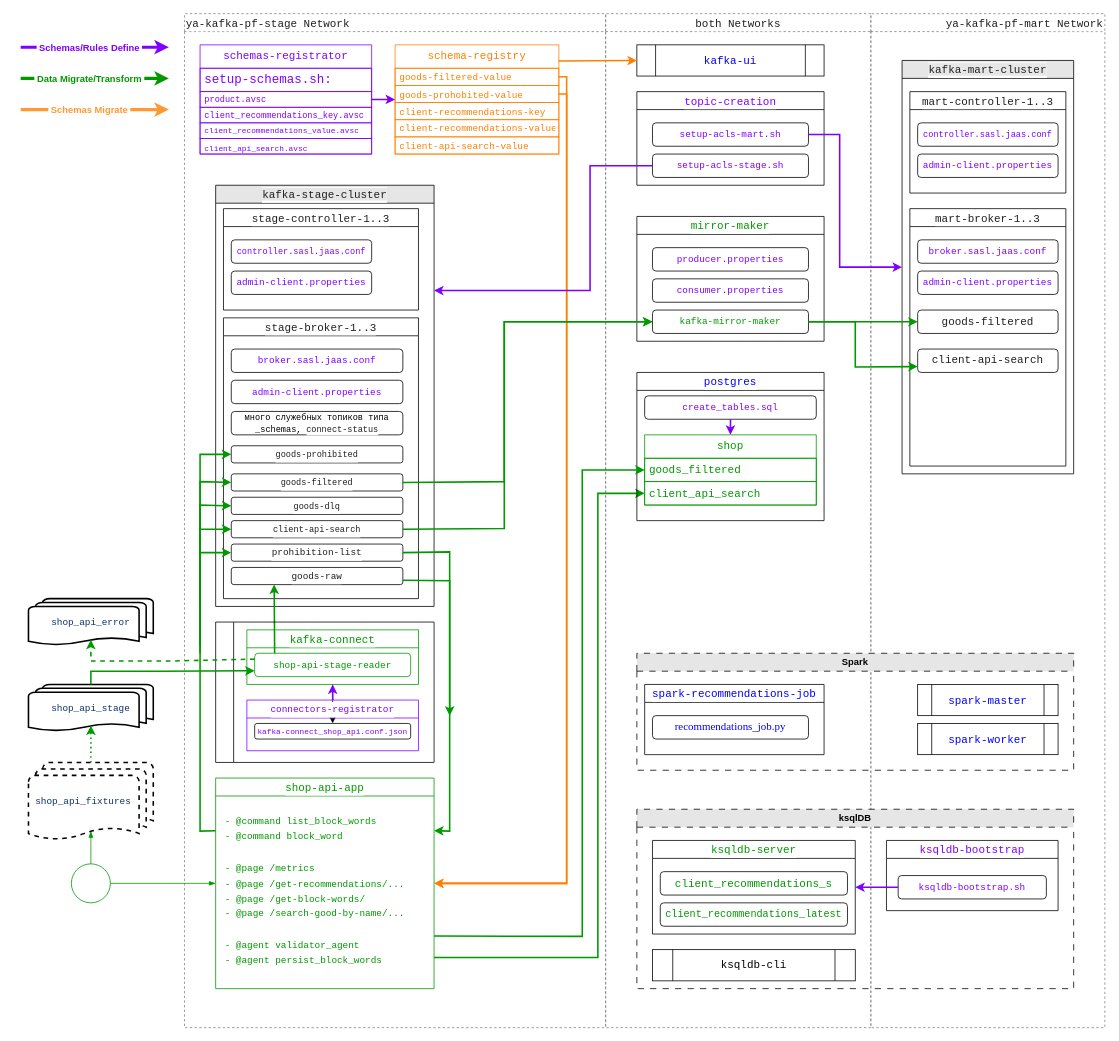
Before: ya_kafka_project_final.drawio in sergei-baranov/ya_kafka_project_final, a draw.io diagram. Source tidied: cells renumbered, new cells numbered last; positions are measured from the earlier drawing's top-left corner, leaving out a move shared by most shapes. Both pictures are drawn from the tidied source at 78%, with x=0, y=0 at pixel (20, 13).
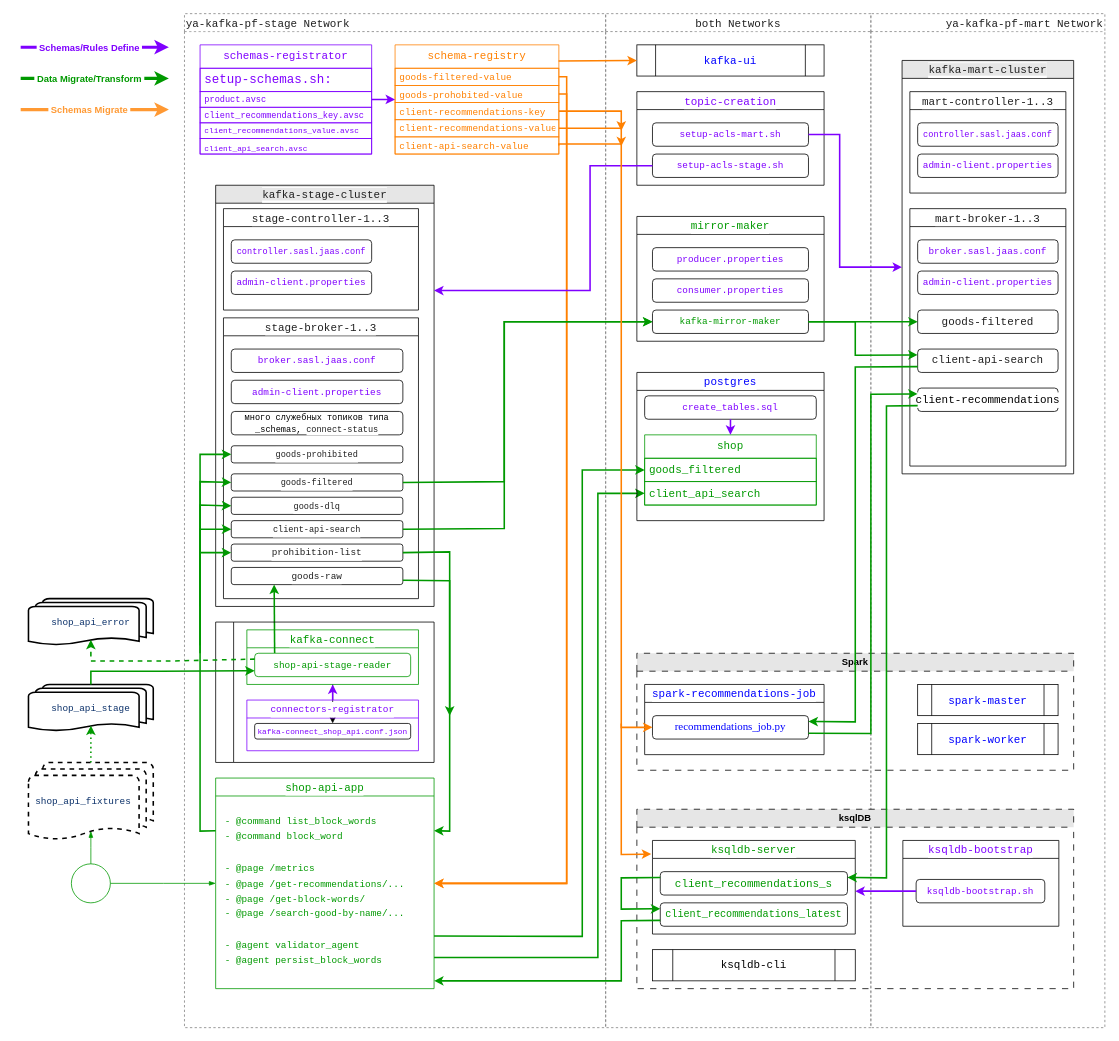
The same page after the edit.

The change refers to these unchanged cells:
```xml
<mxCell id="2" value="&lt;div style=&quot;color: rgb(32, 32, 32); background-color: rgb(255, 255, 255); font-weight: normal; font-size: 14px; line-height: 19px; white-space: pre;&quot;&gt;&lt;font face=&quot;Courier New&quot;&gt;ya-kafka-pf-stage Network&lt;/font&gt;&lt;/div&gt;" style="swimlane;whiteSpace=wrap;html=1;fillColor=none;dashed=1;align=left;strokeColor=#808080;" parent="1" vertex="1">
  <mxGeometry x="210" width="540" height="1300" as="geometry" />
</mxCell>
<mxCell id="24" value="&lt;div style=&quot;background-color: rgb(255, 255, 255); line-height: 19px; white-space: pre;&quot;&gt;&lt;font style=&quot;color: rgb(255, 128, 0);&quot; face=&quot;Courier New&quot;&gt;client-recommendations-key&lt;/font&gt;&lt;/div&gt;" style="text;strokeColor=#FF8000;fillColor=none;align=left;verticalAlign=middle;spacingLeft=4;spacingRight=4;overflow=hidden;points=[[0,0.5],[1,0.5]];portConstraint=eastwest;whiteSpace=wrap;html=1;" parent="21" vertex="1">
  <mxGeometry y="74" width="210" height="22" as="geometry" />
</mxCell>
<mxCell id="25" value="&lt;span style=&quot;font-family: &amp;quot;Courier New&amp;quot;; white-space: pre; background-color: rgb(255, 255, 255);&quot;&gt;&lt;font style=&quot;color: rgb(255, 128, 0);&quot;&gt;client-recommendations-value&lt;/font&gt;&lt;/span&gt;" style="text;strokeColor=#FF8000;fillColor=none;align=left;verticalAlign=middle;spacingLeft=4;spacingRight=4;overflow=hidden;points=[[0,0.5],[1,0.5]];portConstraint=eastwest;whiteSpace=wrap;html=1;" parent="21" vertex="1">
  <mxGeometry y="96" width="210" height="22" as="geometry" />
</mxCell>
<mxCell id="26" value="&lt;div style=&quot;background-color: rgb(255, 255, 255); line-height: 19px; white-space: pre;&quot;&gt;&lt;span&gt;&lt;font face=&quot;Courier New&quot; style=&quot;color: rgb(255, 128, 0);&quot;&gt;client-api-search-value&lt;/font&gt;&lt;/span&gt;&lt;/div&gt;" style="text;strokeColor=#FF8000;fillColor=none;align=left;verticalAlign=middle;spacingLeft=4;spacingRight=4;overflow=hidden;points=[[0,0.5],[1,0.5]];portConstraint=eastwest;whiteSpace=wrap;html=1;" parent="21" vertex="1">
  <mxGeometry y="118" width="210" height="22" as="geometry" />
</mxCell>
<mxCell id="67" value="&lt;div style=&quot;background-color: rgb(255, 255, 255); line-height: 19px; white-space: pre;&quot;&gt;&lt;span&gt;&lt;font face=&quot;Courier New&quot; style=&quot;color: rgb(0, 153, 0);&quot;&gt;kafka-mirror-maker&lt;/font&gt;&lt;/span&gt;&lt;/div&gt;" style="rounded=1;whiteSpace=wrap;html=1;" parent="64" vertex="1">
  <mxGeometry x="20" y="120" width="200" height="30" as="geometry" />
</mxCell>
<mxCell id="68" value="&lt;div style=&quot;color: rgb(32, 32, 32); background-color: rgb(255, 255, 255); font-weight: normal; font-size: 14px; line-height: 19px; white-space: pre;&quot;&gt;&lt;font face=&quot;Courier New&quot;&gt;ya-kafka-pf-mart Network&lt;/font&gt;&lt;/div&gt;" style="swimlane;whiteSpace=wrap;html=1;fillColor=none;dashed=1;align=right;strokeColor=#808080;" parent="1" vertex="1">
  <mxGeometry x="1090" width="300" height="1300" as="geometry" />
</mxCell>
<mxCell id="70" value="&lt;div style=&quot;color: rgb(32, 32, 32); background-color: rgb(255, 255, 255); font-weight: normal; font-size: 14px; line-height: 19px; white-space: pre;&quot;&gt;&lt;font face=&quot;Courier New&quot;&gt;mart-broker-1..3&lt;/font&gt;&lt;/div&gt;" style="swimlane;whiteSpace=wrap;html=1;fillColor=none;" parent="69" vertex="1">
  <mxGeometry x="10" y="190" width="200" height="330" as="geometry" />
</mxCell>
<mxCell id="72" value="&lt;div style=&quot;color: rgb(32, 32, 32); background-color: rgb(255, 255, 255); line-height: 19px; white-space: pre;&quot;&gt;&lt;div style=&quot;line-height: 19px;&quot;&gt;&lt;font face=&quot;Courier New&quot; style=&quot;font-size: 14px;&quot;&gt;client-api-search&lt;/font&gt;&lt;/div&gt;&lt;/div&gt;" style="rounded=1;whiteSpace=wrap;html=1;" parent="70" vertex="1">
  <mxGeometry x="10" y="180" width="180" height="30" as="geometry" />
</mxCell>
<mxCell id="78" value="ksqlDB" style="swimlane;whiteSpace=wrap;html=1;fillColor=#E6E6E6;dashed=1;dashPattern=8 8;fillStyle=solid;" parent="68" vertex="1">
  <mxGeometry x="-300" y="1020" width="560" height="230" as="geometry" />
</mxCell>
<mxCell id="82" value="&lt;div style=&quot;background-color: rgb(255, 255, 255); font-weight: normal; font-size: 14px; line-height: 19px; white-space: pre;&quot;&gt;&lt;div style=&quot;line-height: 19px;&quot;&gt;&lt;div style=&quot;line-height: 19px;&quot;&gt;&lt;span&gt;&lt;font style=&quot;color: rgb(0, 153, 0);&quot; face=&quot;Courier New&quot;&gt;ksqldb-server&lt;/font&gt;&lt;/span&gt;&lt;/div&gt;&lt;/div&gt;&lt;/div&gt;" style="swimlane;whiteSpace=wrap;html=1;fillColor=none;" parent="78" vertex="1">
  <mxGeometry x="20" y="40" width="260" height="120" as="geometry" />
</mxCell>
<mxCell id="83" value="&lt;div style=&quot;background-color: rgb(255, 255, 255); font-size: 14px; line-height: 19px; white-space: pre;&quot;&gt;&lt;span&gt;&lt;font face=&quot;Courier New&quot; style=&quot;color: rgb(0, 153, 0);&quot;&gt;client_recommendations_s&lt;/font&gt;&lt;/span&gt;&lt;/div&gt;" style="rounded=1;whiteSpace=wrap;html=1;" parent="82" vertex="1">
  <mxGeometry x="10" y="40" width="240" height="30" as="geometry" />
</mxCell>
<mxCell id="84" value="&lt;div style=&quot;background-color: rgb(255, 255, 255); line-height: 19px; white-space: pre;&quot;&gt;&lt;div style=&quot;line-height: 19px;&quot;&gt;&lt;span&gt;&lt;font face=&quot;Courier New&quot; style=&quot;font-size: 13px; color: rgb(0, 153, 0);&quot;&gt;client_recommendations_latest&lt;/font&gt;&lt;/span&gt;&lt;/div&gt;&lt;/div&gt;" style="rounded=1;whiteSpace=wrap;html=1;" parent="82" vertex="1">
  <mxGeometry x="10" y="80" width="240" height="30" as="geometry" />
</mxCell>
<mxCell id="90" value="&lt;font style=&quot;color: rgb(0, 0, 255); font-size: 14px;&quot; face=&quot;Times New Roman&quot;&gt;recommendations_job.py&lt;/font&gt;" style="rounded=1;whiteSpace=wrap;html=1;" parent="89" vertex="1">
  <mxGeometry x="10" y="40" width="200" height="30" as="geometry" />
</mxCell>
```

What changed in the source:
```diff
@@
+    <mxCell id="113" style="endArrow=classic;html=1;rounded=0;exitX=1;exitY=0.5;exitDx=0;exitDy=0;strokeColor=#FF8000;strokeWidth=2;align=right;" parent="2" edge="1" source="25">
+      <mxGeometry relative="1" as="geometry">
+        <mxPoint x="560" y="170" as="targetPoint" />
+        <Array as="points">
+          <mxPoint x="560" y="147" />
+        </Array>
+      </mxGeometry>
+    </mxCell>
+    <mxCell id="114" style="endArrow=classic;html=1;rounded=0;exitX=1;exitY=0.5;exitDx=0;exitDy=0;strokeColor=#FF8000;strokeWidth=2;align=right;" parent="2" edge="1" source="24">
+      <mxGeometry relative="1" as="geometry">
+        <mxPoint x="560" y="150" as="targetPoint" />
+        <Array as="points">
+          <mxPoint x="560" y="125" />
+        </Array>
+      </mxGeometry>
+    </mxCell>
@@
+    <mxCell id="115" value="&lt;div style=&quot;background-color: rgb(255, 255, 255); line-height: 19px; white-space: pre;&quot;&gt;&lt;div style=&quot;line-height: 19px;&quot;&gt;&lt;div style=&quot;font-size: 14px; line-height: 19px;&quot;&gt;&lt;font face=&quot;Courier New&quot; style=&quot;color: rgb(0, 0, 0);&quot;&gt;client-recommendations&lt;/font&gt;&lt;/div&gt;&lt;/div&gt;&lt;/div&gt;" style="rounded=1;whiteSpace=wrap;html=1;" parent="70" vertex="1">
+      <mxGeometry x="10" y="230" width="180" height="30" as="geometry" />
+    </mxCell>
@@
     <mxCell id="80" value="&lt;div style=&quot;background-color: rgb(255, 255, 255); font-weight: normal; font-size: 14px; line-height: 19px; white-space: pre;&quot;&gt;&lt;div style=&quot;line-height: 19px;&quot;&gt;&lt;div style=&quot;line-height: 19px;&quot;&gt;&lt;span&gt;&lt;font face=&quot;Courier New&quot; style=&quot;color: rgb(127, 0, 255);&quot;&gt;ksqldb-bootstrap&lt;/font&gt;&lt;/span&gt;&lt;/div&gt;&lt;/div&gt;&lt;/div&gt;" style="swimlane;whiteSpace=wrap;html=1;fillColor=none;" parent="78" vertex="1">
-      <mxGeometry x="320" y="40" width="220" height="90" as="geometry" />
+      <mxGeometry x="341" y="40" width="200" height="110" as="geometry" />
     </mxCell>
     <mxCell id="81" value="&lt;font face=&quot;Courier New&quot; style=&quot;color: rgb(127, 0, 255);&quot;&gt;ksqldb-bootstrap.sh&lt;/font&gt;" style="rounded=1;whiteSpace=wrap;html=1;" parent="80" vertex="1">
-      <mxGeometry x="15" y="45" width="190" height="30" as="geometry" />
+      <mxGeometry x="17" y="50" width="165" height="30" as="geometry" />
     </mxCell>
@@
+    <mxCell id="116" style="endArrow=classic;html=1;rounded=0;strokeColor=#009900;strokeWidth=2;align=right;entryX=0;entryY=0.25;entryDx=0;entryDy=0;exitX=0;exitY=0.25;exitDx=0;exitDy=0;" parent="82" edge="1" source="83" target="84">
+      <mxGeometry relative="1" as="geometry">
+        <Array as="points">
+          <mxPoint x="-40" y="48" />
+          <mxPoint x="-40" y="88" />
+        </Array>
+      </mxGeometry>
+    </mxCell>
-    <mxCell id="85" style="endArrow=classic;html=1;rounded=0;exitX=0;exitY=0.5;exitDx=0;exitDy=0;strokeColor=#7F00FF;strokeWidth=2;entryX=1;entryY=0.5;entryDx=0;entryDy=0;" parent="78" edge="1" source="81" target="82">
-      <mxGeometry relative="1" as="geometry" />
+    <mxCell id="85" style="endArrow=classic;html=1;rounded=0;exitX=0;exitY=0.5;exitDx=0;exitDy=0;strokeColor=#7F00FF;strokeWidth=2;" parent="78" edge="1" source="81">
+      <mxGeometry relative="1" as="geometry">
+        <mxPoint x="280" y="105" as="targetPoint" />
+      </mxGeometry>
     </mxCell>
@@
+    <mxCell id="117" style="endArrow=classic;html=1;rounded=0;strokeColor=#009900;strokeWidth=2;align=right;entryX=1;entryY=0.25;entryDx=0;entryDy=0;exitX=0;exitY=0.75;exitDx=0;exitDy=0;" parent="68" edge="1" source="72" target="90">
+      <mxGeometry relative="1" as="geometry">
+        <Array as="points">
+          <mxPoint x="-20" y="453" />
+          <mxPoint x="-20" y="908" />
+        </Array>
+      </mxGeometry>
+    </mxCell>
+    <mxCell id="118" style="endArrow=classic;html=1;rounded=0;strokeColor=#009900;strokeWidth=2;align=right;entryX=0;entryY=0.25;entryDx=0;entryDy=0;exitX=1;exitY=0.75;exitDx=0;exitDy=0;" parent="68" edge="1" source="90" target="115">
+      <mxGeometry relative="1" as="geometry">
+        <Array as="points">
+          <mxPoint y="923" />
+          <mxPoint y="488" />
+        </Array>
+      </mxGeometry>
+    </mxCell>
+    <mxCell id="119" style="endArrow=classic;html=1;rounded=0;strokeColor=#009900;strokeWidth=2;align=right;entryX=1;entryY=0.25;entryDx=0;entryDy=0;exitX=0;exitY=0.75;exitDx=0;exitDy=0;" parent="68" edge="1" source="115" target="83">
+      <mxGeometry relative="1" as="geometry">
+        <Array as="points">
+          <mxPoint x="20" y="503" />
+          <mxPoint x="20" y="1108" />
+        </Array>
+      </mxGeometry>
+    </mxCell>
@@
-    <mxCell id="109" style="endArrow=classic;html=1;rounded=0;exitX=1;exitY=0.5;exitDx=0;exitDy=0;strokeColor=#009900;strokeWidth=2;align=right;entryX=0;entryY=0.75;entryDx=0;entryDy=0;" parent="1" edge="1" source="67" target="72">
+    <mxCell id="109" style="endArrow=classic;html=1;rounded=0;exitX=1;exitY=0.5;exitDx=0;exitDy=0;strokeColor=#009900;strokeWidth=2;align=right;entryX=0;entryY=0.25;entryDx=0;entryDy=0;" parent="1" edge="1" source="67" target="72">
       <mxGeometry relative="1" as="geometry">
         <Array as="points">
           <mxPoint x="1070" y="395" />
-          <mxPoint x="1070" y="453" />
+          <mxPoint x="1070" y="438" />
         </Array>
       </mxGeometry>
     </mxCell>
@@
+    <mxCell id="120" style="endArrow=classic;html=1;rounded=0;strokeColor=#009900;strokeWidth=2;align=right;exitX=0;exitY=0.75;exitDx=0;exitDy=0;" parent="1" edge="1" source="84">
+      <mxGeometry relative="1" as="geometry">
+        <mxPoint x="530" y="1240" as="targetPoint" />
+        <Array as="points">
+          <mxPoint x="770" y="1163" />
+          <mxPoint x="770" y="1240" />
+        </Array>
+      </mxGeometry>
+    </mxCell>
+    <mxCell id="121" style="edgeStyle=orthogonalEdgeStyle;rounded=0;jettySize=auto;html=1;strokeWidth=2;strokeColor=#FF8000;exitX=1;exitY=0.5;exitDx=0;exitDy=0;entryX=0;entryY=0.5;entryDx=0;entryDy=0;" parent="1" edge="1" source="26" target="90">
+      <mxGeometry relative="1" as="geometry">
+        <Array as="points">
+          <mxPoint x="690" y="167" />
+          <mxPoint x="770" y="167" />
+          <mxPoint x="770" y="915" />
+        </Array>
+      </mxGeometry>
+    </mxCell>
+    <mxCell id="122" style="endArrow=classic;html=1;rounded=0;strokeColor=#FF8000;strokeWidth=2;align=right;entryX=-0.006;entryY=0.146;entryDx=0;entryDy=0;entryPerimeter=0;" parent="1" edge="1" target="82">
+      <mxGeometry relative="1" as="geometry">
+        <mxPoint x="770" y="910" as="sourcePoint" />
+        <Array as="points">
+          <mxPoint x="770" y="1078" />
+        </Array>
+      </mxGeometry>
+    </mxCell>
```
